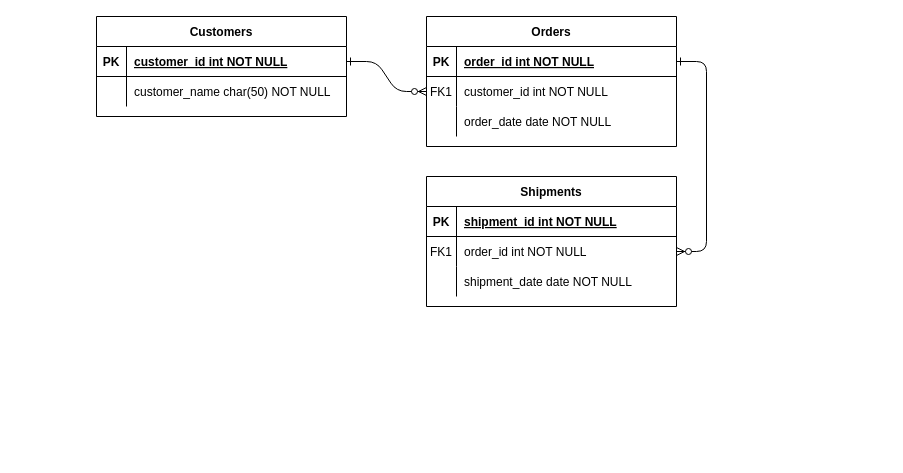
This is core_ERD.drawio from corrvax/toby, a draw.io file, before an edit. Source tidied: cells renumbered, new cells numbered last; positions are measured from the earlier drawing's top-left corner, leaving out a move shared by most shapes. Both pictures are drawn from the tidied source at 100%, with x=0, y=0 at pixel (96, 16).
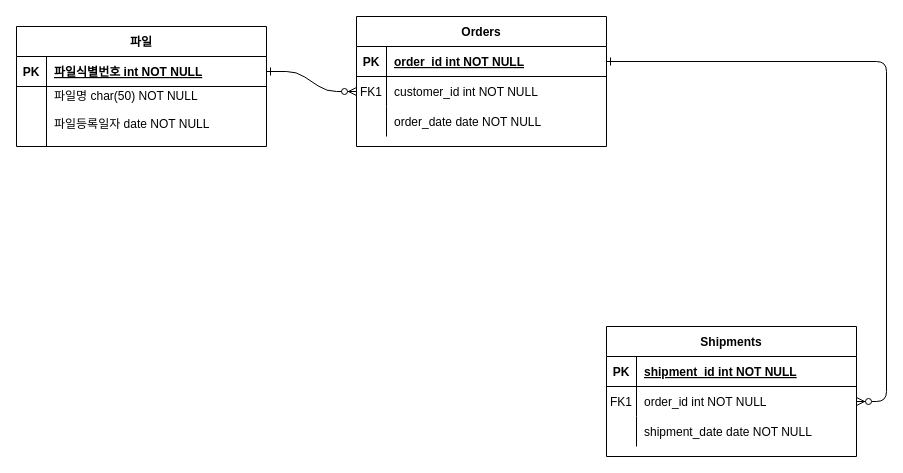
The same diagram, later.

Unchanged cells that the change refers to:
```xml
<mxCell id="25" style="shape=partialRectangle;fillColor=none;points=[[0,0.5],[1,0.5]];portConstraint=eastwest;top=0;left=0;right=0;bottom=1;" parent="24" vertex="1">
  <mxGeometry y="30" width="250" height="30" as="geometry" />
</mxCell>
```

What changed in the source:
```diff
@@
     <mxCell id="4" value="Orders" style="shape=table;startSize=30;childLayout=tableLayout;rowLines=0;fontStyle=1;align=center;" parent="1" vertex="1">
-      <mxGeometry x="330" width="250" height="130" as="geometry" />
+      <mxGeometry x="260" width="250" height="130" as="geometry" />
     </mxCell>
@@
     <mxCell id="14" value="Shipments" style="shape=table;startSize=30;childLayout=tableLayout;rowLines=0;fontStyle=1;align=center;" parent="1" vertex="1">
-      <mxGeometry x="330" y="160" width="250" height="130" as="geometry" />
+      <mxGeometry x="510" y="310" width="250" height="130" as="geometry" />
     </mxCell>
@@
-    <mxCell id="24" value="Customers" style="shape=table;startSize=30;childLayout=tableLayout;rowLines=0;fontStyle=1;align=center;" parent="1" vertex="1">
-      <mxGeometry width="250" height="100" as="geometry" />
+    <mxCell id="24" value="파일" style="shape=table;startSize=30;childLayout=tableLayout;rowLines=0;fontStyle=1;align=center;" parent="1" vertex="1">
+      <mxGeometry x="-80" y="10" width="250" height="120" as="geometry" />
     </mxCell>
@@
-    <mxCell id="27" value="customer_id int NOT NULL " style="shape=partialRectangle;overflow=hidden;fillColor=none;top=0;left=0;bottom=0;right=0;align=left;spacingLeft=6;fontStyle=5;" parent="25" vertex="1">
+    <mxCell id="27" value="파일식별번호 int NOT NULL" style="shape=partialRectangle;overflow=hidden;fillColor=none;top=0;left=0;bottom=0;right=0;align=left;spacingLeft=6;fontStyle=5;" parent="25" vertex="1">
       <mxGeometry x="30" width="220" height="30" as="geometry" />
     </mxCell>
     <mxCell id="28" style="shape=partialRectangle;fillColor=none;top=0;left=0;right=0;bottom=0;" parent="24" vertex="1">
-      <mxGeometry y="60" width="250" height="30" as="geometry" />
+      <mxGeometry y="60" width="250" height="60" as="geometry" />
     </mxCell>
     <mxCell id="29" style="shape=partialRectangle;overflow=hidden;fillColor=none;top=0;left=0;bottom=0;right=0;" parent="28" vertex="1">
-      <mxGeometry width="30" height="30" as="geometry" />
+      <mxGeometry width="30" height="60" as="geometry" />
     </mxCell>
-    <mxCell id="30" value="customer_name char(50) NOT NULL" style="shape=partialRectangle;overflow=hidden;fillColor=none;top=0;left=0;bottom=0;right=0;align=left;spacingLeft=6;" parent="28" vertex="1">
-      <mxGeometry x="30" width="220" height="30" as="geometry" />
+    <mxCell id="30" value="파일명 char(50) NOT NULL&#10;&#10;파일등록일자 date NOT NULL&#10;" style="shape=partialRectangle;overflow=hidden;fillColor=none;top=0;left=0;bottom=0;right=0;align=left;spacingLeft=6;" parent="28" vertex="1">
+      <mxGeometry x="30" width="220" height="60" as="geometry" />
     </mxCell>
```
